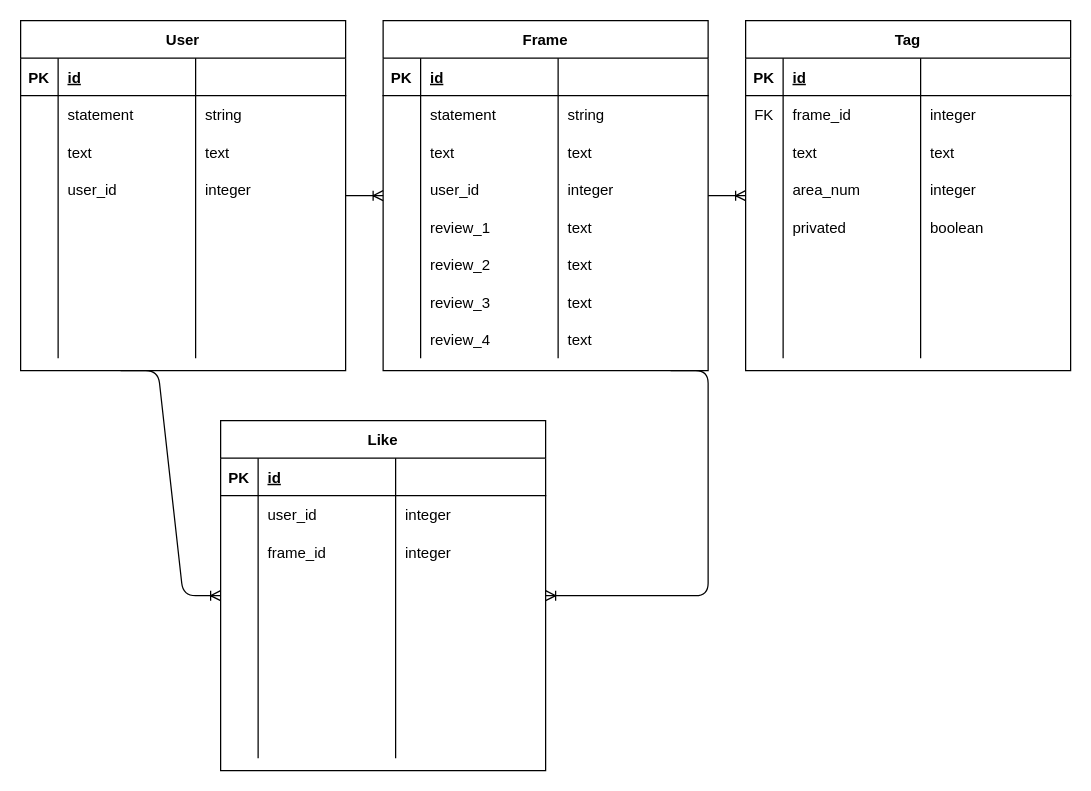
This is ER.drawio from matsu1226/rails_sakisuru, a draw.io file, before an edit. Source tidied: cells renumbered, new cells numbered last; positions are measured from the earlier drawing's top-left corner, leaving out a move shared by most shapes. Both pictures are drawn from the tidied source at 125%, with x=0, y=0 at pixel (20, 20).
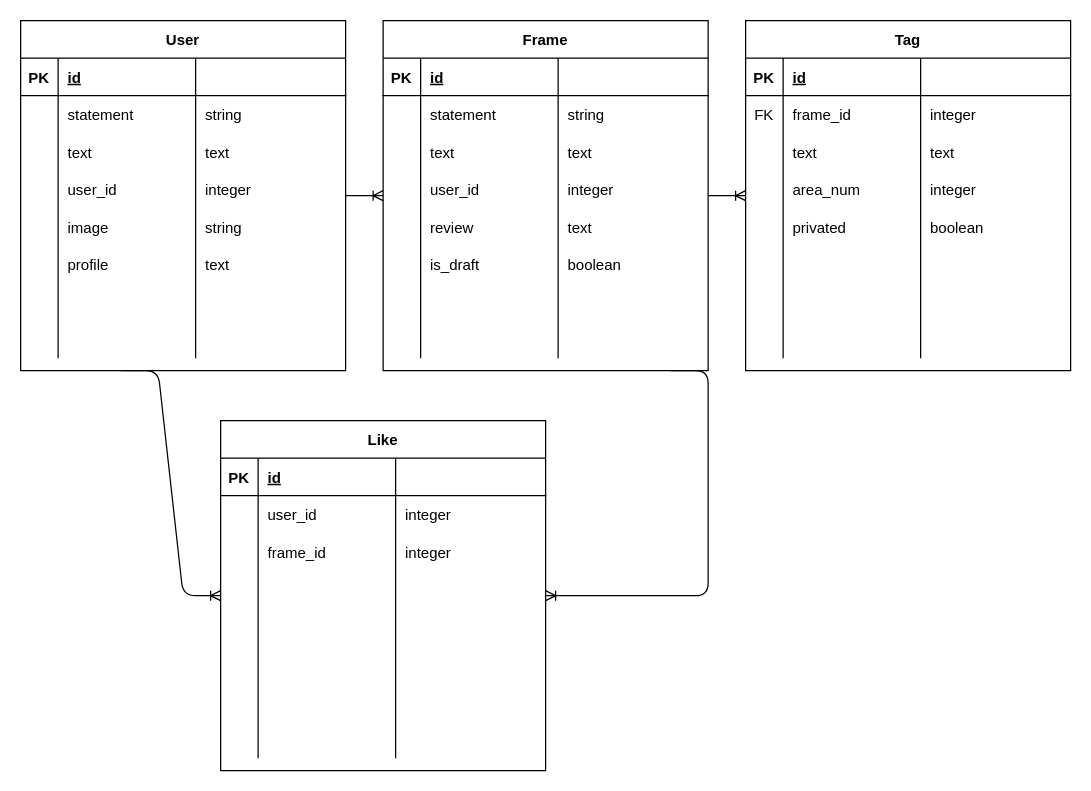
The same page after the edit.

The change refers to these unchanged cells:
```xml
<mxCell id="19" style="shape=partialRectangle;fillColor=none;top=0;left=0;bottom=0;right=0;" parent="2" vertex="1">
  <mxGeometry y="150" width="260" height="30" as="geometry" />
</mxCell>
<mxCell id="23" style="shape=partialRectangle;fillColor=none;top=0;left=0;bottom=0;right=0;" parent="2" vertex="1">
  <mxGeometry y="180" width="260" height="30" as="geometry" />
</mxCell>
<mxCell id="27" style="shape=partialRectangle;fillColor=none;top=0;left=0;bottom=0;right=0;" parent="2" vertex="1">
  <mxGeometry y="210" width="260" height="30" as="geometry" />
</mxCell>
<mxCell id="31" style="shape=partialRectangle;fillColor=none;top=0;left=0;bottom=0;right=0;" parent="2" vertex="1">
  <mxGeometry y="240" width="260" height="30" as="geometry" />
</mxCell>
<mxCell id="85" style="shape=partialRectangle;fillColor=none;top=0;left=0;bottom=0;right=0;" parent="68" vertex="1">
  <mxGeometry y="150" width="260" height="30" as="geometry" />
</mxCell>
<mxCell id="89" style="shape=partialRectangle;fillColor=none;top=0;left=0;bottom=0;right=0;" parent="68" vertex="1">
  <mxGeometry y="180" width="260" height="30" as="geometry" />
</mxCell>
```

The edit, as a diff of the source:
```diff
@@
-    <mxCell id="21" value="review_1" style="shape=partialRectangle;fillColor=none;top=0;left=0;bottom=0;right=0;align=left;spacingLeft=6;overflow=hidden;" parent="19" vertex="1">
+    <mxCell id="21" value="review" style="shape=partialRectangle;fillColor=none;top=0;left=0;bottom=0;right=0;align=left;spacingLeft=6;overflow=hidden;" parent="19" vertex="1">
       <mxGeometry x="30" width="110" height="30" as="geometry" />
     </mxCell>
@@
-    <mxCell id="25" value="review_2" style="shape=partialRectangle;fillColor=none;top=0;left=0;bottom=0;right=0;align=left;spacingLeft=6;overflow=hidden;" parent="23" vertex="1">
+    <mxCell id="25" value="is_draft" style="shape=partialRectangle;fillColor=none;top=0;left=0;bottom=0;right=0;align=left;spacingLeft=6;overflow=hidden;" parent="23" vertex="1">
       <mxGeometry x="30" width="110" height="30" as="geometry" />
     </mxCell>
-    <mxCell id="26" value="text" style="shape=partialRectangle;fillColor=none;top=0;left=0;bottom=0;right=0;align=left;spacingLeft=6;overflow=hidden;" parent="23" vertex="1">
+    <mxCell id="26" value="boolean" style="shape=partialRectangle;fillColor=none;top=0;left=0;bottom=0;right=0;align=left;spacingLeft=6;overflow=hidden;" parent="23" vertex="1">
       <mxGeometry x="140" width="120" height="30" as="geometry" />
     </mxCell>
@@
-    <mxCell id="29" value="review_3" style="shape=partialRectangle;fillColor=none;top=0;left=0;bottom=0;right=0;align=left;spacingLeft=6;overflow=hidden;" parent="27" vertex="1">
+    <mxCell id="29" style="shape=partialRectangle;fillColor=none;top=0;left=0;bottom=0;right=0;align=left;spacingLeft=6;overflow=hidden;" parent="27" vertex="1">
       <mxGeometry x="30" width="110" height="30" as="geometry" />
     </mxCell>
-    <mxCell id="30" value="text" style="shape=partialRectangle;fillColor=none;top=0;left=0;bottom=0;right=0;align=left;spacingLeft=6;overflow=hidden;" parent="27" vertex="1">
+    <mxCell id="30" style="shape=partialRectangle;fillColor=none;top=0;left=0;bottom=0;right=0;align=left;spacingLeft=6;overflow=hidden;" parent="27" vertex="1">
       <mxGeometry x="140" width="120" height="30" as="geometry" />
     </mxCell>
@@
-    <mxCell id="33" value="review_4" style="shape=partialRectangle;fillColor=none;top=0;left=0;bottom=0;right=0;align=left;spacingLeft=6;overflow=hidden;" parent="31" vertex="1">
+    <mxCell id="33" style="shape=partialRectangle;fillColor=none;top=0;left=0;bottom=0;right=0;align=left;spacingLeft=6;overflow=hidden;" parent="31" vertex="1">
       <mxGeometry x="30" width="110" height="30" as="geometry" />
     </mxCell>
-    <mxCell id="34" value="text" style="shape=partialRectangle;fillColor=none;top=0;left=0;bottom=0;right=0;align=left;spacingLeft=6;overflow=hidden;" parent="31" vertex="1">
+    <mxCell id="34" style="shape=partialRectangle;fillColor=none;top=0;left=0;bottom=0;right=0;align=left;spacingLeft=6;overflow=hidden;" parent="31" vertex="1">
       <mxGeometry x="140" width="120" height="30" as="geometry" />
     </mxCell>
@@
-    <mxCell id="87" style="shape=partialRectangle;fillColor=none;top=0;left=0;bottom=0;right=0;align=left;spacingLeft=6;overflow=hidden;" parent="85" vertex="1">
+    <mxCell id="87" value="image" style="shape=partialRectangle;fillColor=none;top=0;left=0;bottom=0;right=0;align=left;spacingLeft=6;overflow=hidden;" parent="85" vertex="1">
       <mxGeometry x="30" width="110" height="30" as="geometry" />
     </mxCell>
-    <mxCell id="88" style="shape=partialRectangle;fillColor=none;top=0;left=0;bottom=0;right=0;align=left;spacingLeft=6;overflow=hidden;" parent="85" vertex="1">
+    <mxCell id="88" value="string" style="shape=partialRectangle;fillColor=none;top=0;left=0;bottom=0;right=0;align=left;spacingLeft=6;overflow=hidden;" parent="85" vertex="1">
       <mxGeometry x="140" width="120" height="30" as="geometry" />
     </mxCell>
@@
-    <mxCell id="91" style="shape=partialRectangle;fillColor=none;top=0;left=0;bottom=0;right=0;align=left;spacingLeft=6;overflow=hidden;" parent="89" vertex="1">
+    <mxCell id="91" value="profile" style="shape=partialRectangle;fillColor=none;top=0;left=0;bottom=0;right=0;align=left;spacingLeft=6;overflow=hidden;" parent="89" vertex="1">
       <mxGeometry x="30" width="110" height="30" as="geometry" />
     </mxCell>
-    <mxCell id="92" style="shape=partialRectangle;fillColor=none;top=0;left=0;bottom=0;right=0;align=left;spacingLeft=6;overflow=hidden;" parent="89" vertex="1">
+    <mxCell id="92" value="text" style="shape=partialRectangle;fillColor=none;top=0;left=0;bottom=0;right=0;align=left;spacingLeft=6;overflow=hidden;" parent="89" vertex="1">
       <mxGeometry x="140" width="120" height="30" as="geometry" />
     </mxCell>
```
